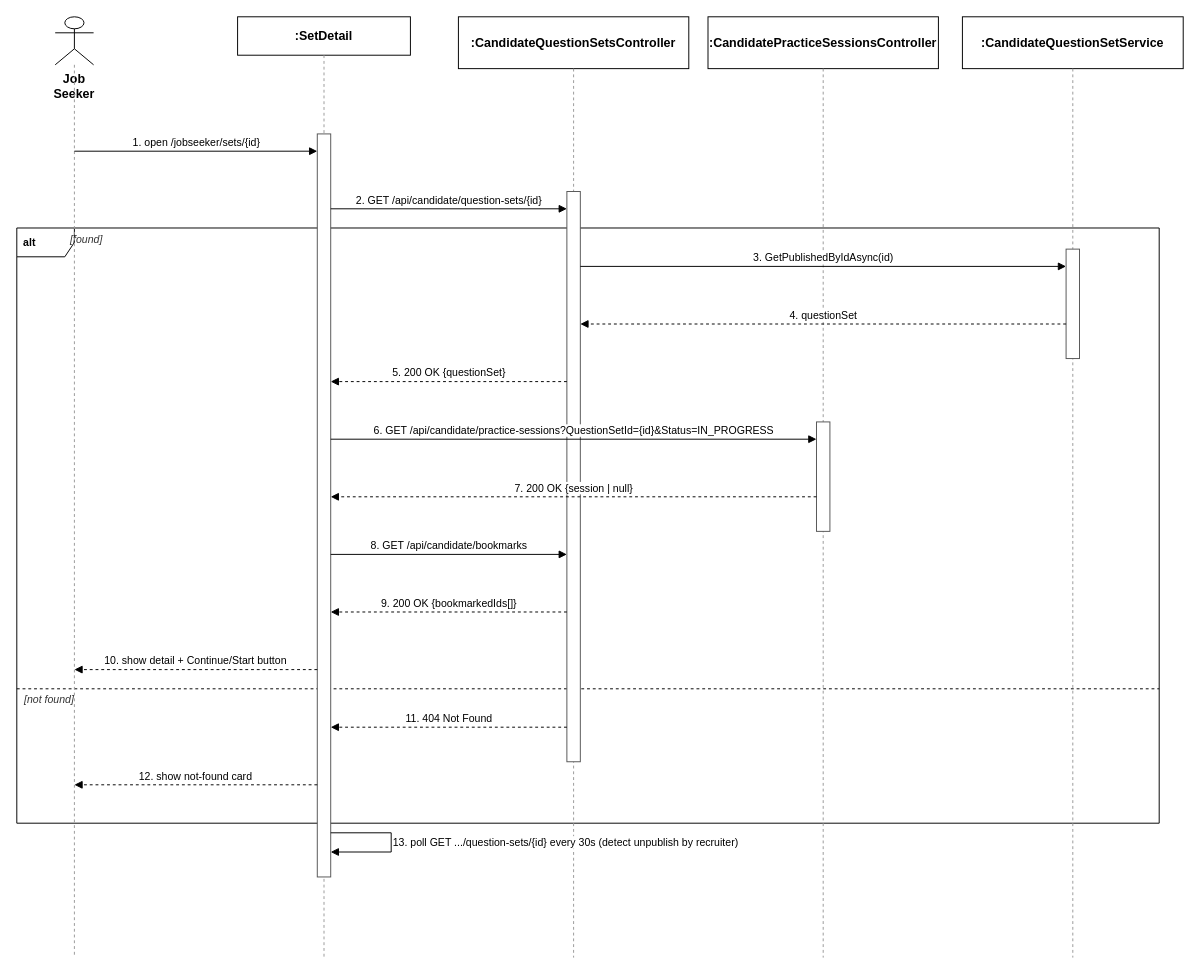
Earlier version of the draw.io diagram docs/qa/Tu_SequenceDiagram/03_View_Question_Set_Detail.drawio (tulklk/AI_Interview_Question_Generation_RAG_LLM_FE). Source tidied: cells renumbered, new cells numbered last; positions are measured from the earlier drawing's top-left corner, leaving out a move shared by most shapes. Both pictures are drawn from the tidied source at 96%, with x=0, y=0 at pixel (16, 16).
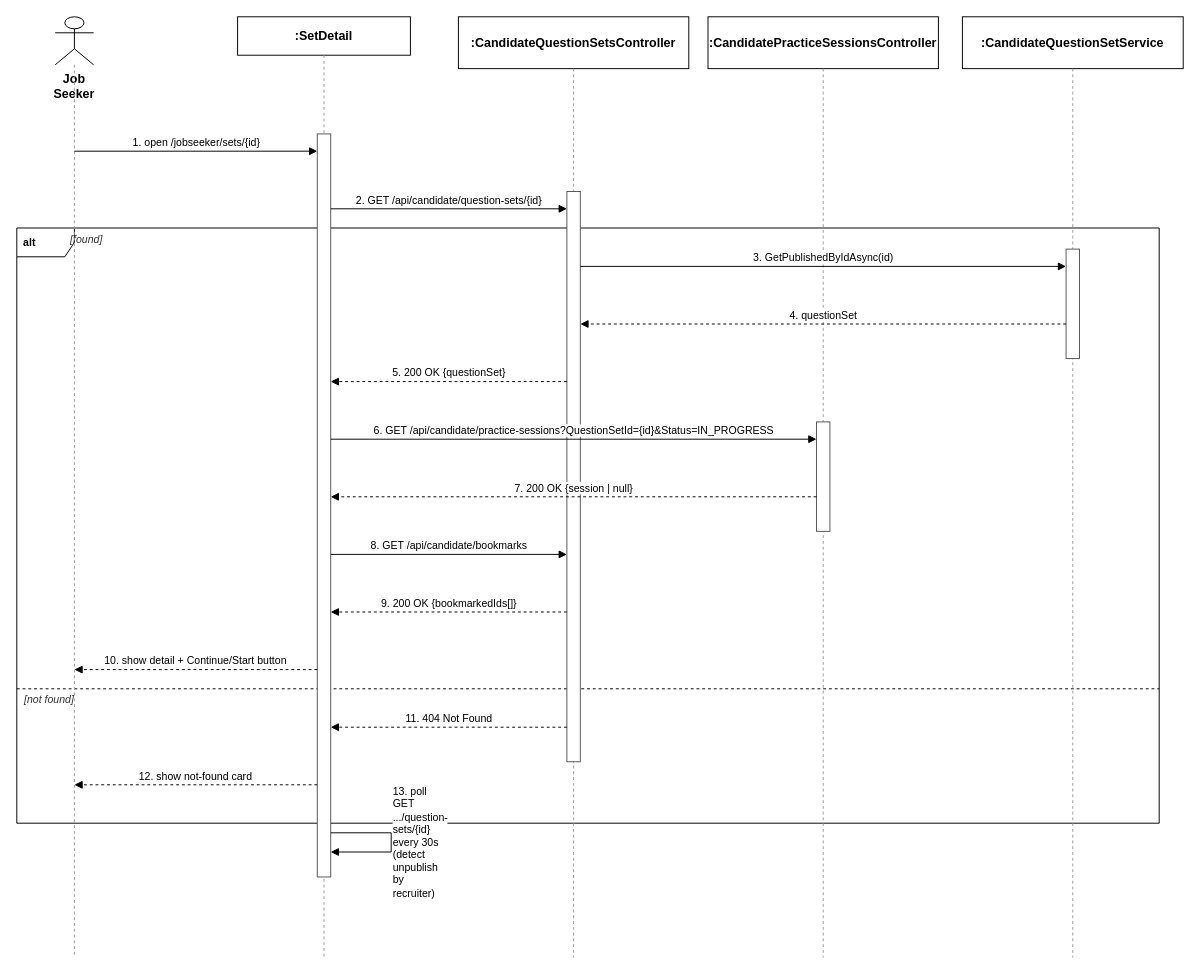
After the change.

Change to the diagram source:
```diff
@@
-    <mxCell id="32" value="13. poll GET .../question-sets/{id} every 30s (detect unpublish by recruiter)" style="endArrow=block;endFill=1;html=1;fontSize=11;align=left;verticalAlign=middle;labelBackgroundColor=#ffffff;rounded=0;strokeColor=#000000;" parent="1" edge="1">
+    <mxCell id="32" value="13. poll GET .../question-sets/{id} every 30s (detect unpublish by recruiter)" style="endArrow=block;endFill=1;html=1;whiteSpace=wrap;fontSize=11;align=left;verticalAlign=middle;labelBackgroundColor=#ffffff;rounded=0;strokeColor=#000000;" parent="1" edge="1">
       <mxGeometry relative="1" as="geometry">
         <mxPoint x="327" y="850" as="sourcePoint" />
         <mxPoint x="327" y="870" as="targetPoint" />
         <Array as="points">
           <mxPoint x="390" y="850" />
           <mxPoint x="390" y="870" />
         </Array>
       </mxGeometry>
     </mxCell>
```
